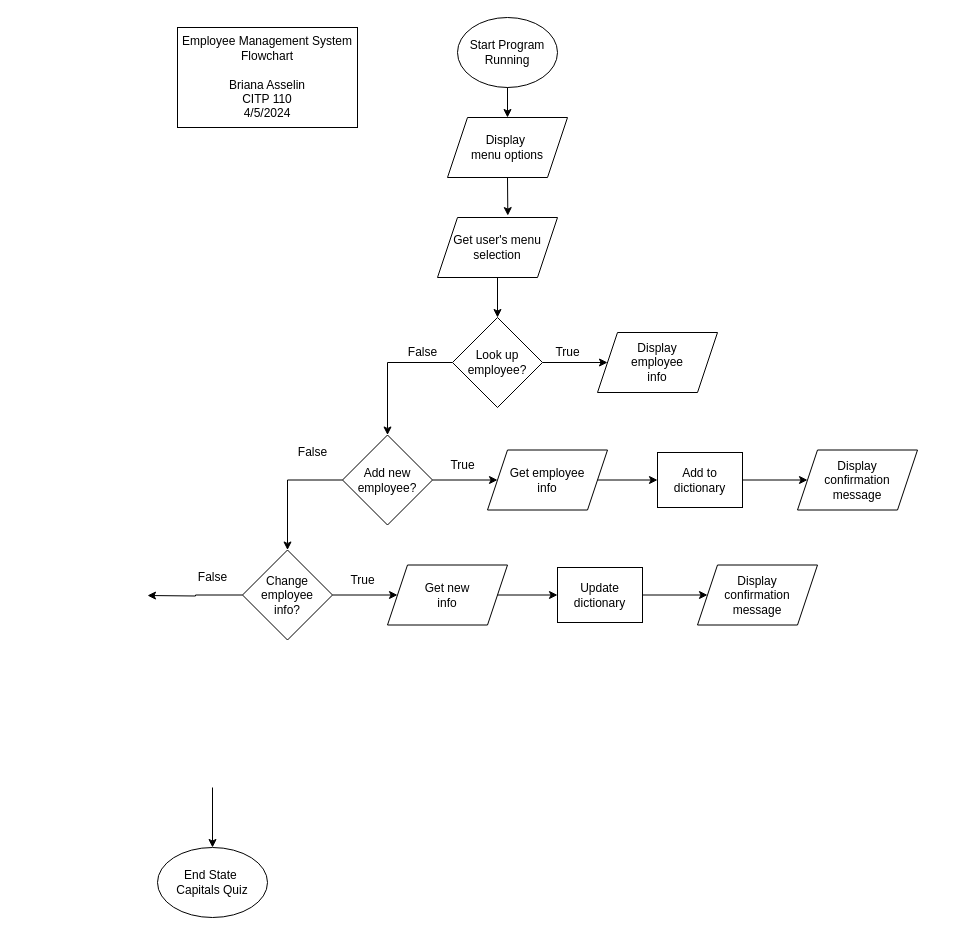
This is EmployeeMgmtSystemFlowchart.drawio from basselin2/IntroToPythonLCC, a draw.io file, before an edit. Source tidied: cells renumbered, new cells numbered last; positions are measured from the earlier drawing's top-left corner, leaving out a move shared by most shapes. Both pictures are drawn from the tidied source at 100%, with x=0, y=0 at pixel (147, 17).
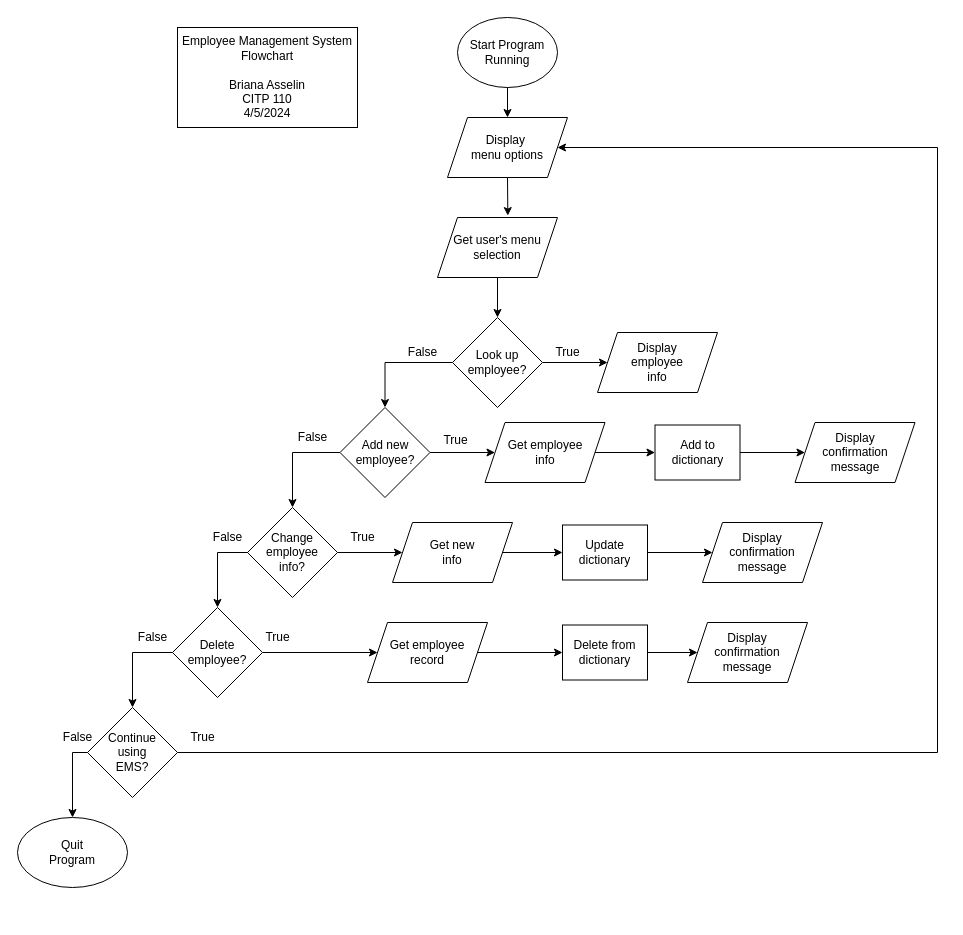
After the change.

The change refers to these unchanged cells:
```xml
<mxCell id="5" value="Display&amp;nbsp;&lt;div&gt;menu options&lt;/div&gt;" style="shape=parallelogram;perimeter=parallelogramPerimeter;whiteSpace=wrap;html=1;fixedSize=1;" parent="1" vertex="1">
  <mxGeometry x="300" y="100" width="120" height="60" as="geometry" />
</mxCell>
```

Diff of the diagram source:
```diff
@@
-    <mxCell id="4" value="End State&amp;nbsp;&lt;div&gt;Capitals Quiz&lt;/div&gt;" style="ellipse;whiteSpace=wrap;html=1;" parent="1" vertex="1">
-      <mxGeometry x="10" y="830" width="110" height="70" as="geometry" />
+    <mxCell id="4" value="Quit&lt;div&gt;Program&lt;/div&gt;" style="ellipse;whiteSpace=wrap;html=1;" parent="1" vertex="1">
+      <mxGeometry x="-130" y="800" width="110" height="70" as="geometry" />
     </mxCell>
@@
-    <mxCell id="14" style="endArrow=classic;html=1;rounded=0;exitX=0.5;exitY=1;exitDx=0;exitDy=0;entryX=0.5;entryY=0;entryDx=0;entryDy=0;" parent="1" edge="1" target="4">
-      <mxGeometry relative="1" as="geometry">
-        <mxPoint x="65" y="770" as="sourcePoint" />
-      </mxGeometry>
-    </mxCell>
@@
     <mxCell id="19" value="Add&amp;nbsp;&lt;span style=&quot;background-color: initial;&quot;&gt;new&lt;/span&gt;&lt;div&gt;employee?&lt;/div&gt;" style="rhombus;whiteSpace=wrap;html=1;" parent="1" vertex="1">
-      <mxGeometry x="195" y="417.5" width="90" height="90" as="geometry" />
+      <mxGeometry x="192.5" y="390" width="90" height="90" as="geometry" />
     </mxCell>
     <mxCell id="20" value="True" style="text;html=1;align=center;verticalAlign=middle;strokeColor=none;fillColor=none;" parent="1" vertex="1">
-      <mxGeometry x="290" y="432.5" width="50" height="30" as="geometry" />
+      <mxGeometry x="282.5" y="407.5" width="50" height="30" as="geometry" />
     </mxCell>
     <mxCell id="21" value="False" style="text;html=1;align=center;verticalAlign=middle;strokeColor=none;fillColor=none;" parent="1" vertex="1">
-      <mxGeometry x="140" y="420" width="50" height="30" as="geometry" />
+      <mxGeometry x="140" y="405" width="50" height="30" as="geometry" />
     </mxCell>
     <mxCell id="22" value="Display&lt;div&gt;confirmation&lt;/div&gt;&lt;div&gt;message&lt;/div&gt;" style="shape=parallelogram;perimeter=parallelogramPerimeter;whiteSpace=wrap;html=1;fixedSize=1;" parent="1" vertex="1">
-      <mxGeometry x="650" y="432.5" width="120" height="60" as="geometry" />
+      <mxGeometry x="647.5" y="405" width="120" height="60" as="geometry" />
     </mxCell>
     <mxCell id="23" value="Add to&lt;div&gt;dictionary&lt;/div&gt;" style="rounded=0;whiteSpace=wrap;html=1;" parent="1" vertex="1">
-      <mxGeometry x="510" y="435" width="85" height="55" as="geometry" />
+      <mxGeometry x="507.5" y="407.5" width="85" height="55" as="geometry" />
     </mxCell>
     <mxCell id="24" value="Get employee&lt;div&gt;info&lt;/div&gt;" style="shape=parallelogram;perimeter=parallelogramPerimeter;whiteSpace=wrap;html=1;fixedSize=1;" parent="1" vertex="1">
-      <mxGeometry x="340" y="432.5" width="120" height="60" as="geometry" />
+      <mxGeometry x="337.5" y="405" width="120" height="60" as="geometry" />
     </mxCell>
@@
-    <mxCell id="28" style="edgeStyle=orthogonalEdgeStyle;rounded=0;jettySize=auto;html=1;" parent="1" edge="1" source="29">
+    <mxCell id="28" style="edgeStyle=orthogonalEdgeStyle;rounded=0;jettySize=auto;html=1;entryX=0.5;entryY=0;entryDx=0;entryDy=0;exitX=1.094;exitY=1.082;exitDx=0;exitDy=0;exitPerimeter=0;" parent="1" edge="1" source="31" target="38">
       <mxGeometry relative="1" as="geometry">
-        <mxPoint y="578" as="targetPoint" />
+        <Array as="points">
+          <mxPoint x="105" y="535" />
+          <mxPoint x="70" y="535" />
+        </Array>
       </mxGeometry>
     </mxCell>
     <mxCell id="29" value="Change&lt;div&gt;employee&lt;/div&gt;&lt;div&gt;info?&lt;/div&gt;" style="rhombus;whiteSpace=wrap;html=1;" parent="1" vertex="1">
-      <mxGeometry x="95" y="532.5" width="90" height="90" as="geometry" />
+      <mxGeometry x="100" y="490" width="90" height="90" as="geometry" />
     </mxCell>
     <mxCell id="30" value="True" style="text;html=1;align=center;verticalAlign=middle;strokeColor=none;fillColor=none;" parent="1" vertex="1">
-      <mxGeometry x="190" y="547.5" width="50" height="30" as="geometry" />
+      <mxGeometry x="190" y="505" width="50" height="30" as="geometry" />
     </mxCell>
     <mxCell id="31" value="False" style="text;html=1;align=center;verticalAlign=middle;points=[];strokeColor=none;fillColor=none;" parent="1" vertex="1">
-      <mxGeometry x="40" y="545" width="50" height="30" as="geometry" />
+      <mxGeometry x="55" y="505" width="50" height="30" as="geometry" />
     </mxCell>
     <mxCell id="32" value="Display&lt;div&gt;confirmation&lt;/div&gt;&lt;div&gt;message&lt;/div&gt;" style="shape=parallelogram;perimeter=parallelogramPerimeter;whiteSpace=wrap;html=1;fixedSize=1;" parent="1" vertex="1">
-      <mxGeometry x="550" y="547.5" width="120" height="60" as="geometry" />
+      <mxGeometry x="555" y="505" width="120" height="60" as="geometry" />
     </mxCell>
     <mxCell id="33" value="&lt;div&gt;Update&lt;/div&gt;&lt;div&gt;dictionary&lt;/div&gt;" style="rounded=0;whiteSpace=wrap;html=1;" parent="1" vertex="1">
-      <mxGeometry x="410" y="550" width="85" height="55" as="geometry" />
+      <mxGeometry x="415" y="507.5" width="85" height="55" as="geometry" />
     </mxCell>
     <mxCell id="34" value="Get new&lt;div&gt;info&lt;/div&gt;" style="shape=parallelogram;perimeter=parallelogramPerimeter;whiteSpace=wrap;html=1;fixedSize=1;" parent="1" vertex="1">
-      <mxGeometry x="240" y="547.5" width="120" height="60" as="geometry" />
+      <mxGeometry x="245" y="505" width="120" height="60" as="geometry" />
     </mxCell>
@@
+    <mxCell id="37" style="edgeStyle=orthogonalEdgeStyle;rounded=0;jettySize=auto;html=1;entryX=0;entryY=0.5;entryDx=0;entryDy=0;" parent="1" edge="1" source="38" target="43">
+      <mxGeometry relative="1" as="geometry" />
+    </mxCell>
+    <mxCell id="38" value="Delete&lt;div&gt;employee?&lt;/div&gt;" style="rhombus;whiteSpace=wrap;html=1;" parent="1" vertex="1">
+      <mxGeometry x="25" y="590" width="90" height="90" as="geometry" />
+    </mxCell>
+    <mxCell id="39" value="True" style="text;html=1;align=center;verticalAlign=middle;strokeColor=none;fillColor=none;" parent="1" vertex="1">
+      <mxGeometry x="105" y="605" width="50" height="30" as="geometry" />
+    </mxCell>
+    <mxCell id="40" value="False" style="text;html=1;align=center;verticalAlign=middle;strokeColor=none;fillColor=none;" parent="1" vertex="1">
+      <mxGeometry x="-20" y="605" width="50" height="30" as="geometry" />
+    </mxCell>
+    <mxCell id="41" value="Display&lt;div&gt;confirmation&lt;/div&gt;&lt;div&gt;message&lt;/div&gt;" style="shape=parallelogram;perimeter=parallelogramPerimeter;whiteSpace=wrap;html=1;fixedSize=1;" parent="1" vertex="1">
+      <mxGeometry x="540" y="605" width="120" height="60" as="geometry" />
+    </mxCell>
+    <mxCell id="42" value="Delete from&lt;div&gt;dictionary&lt;/div&gt;" style="rounded=0;whiteSpace=wrap;html=1;" parent="1" vertex="1">
+      <mxGeometry x="415" y="607.5" width="85" height="55" as="geometry" />
+    </mxCell>
+    <mxCell id="43" value="Get employee&lt;div&gt;record&lt;/div&gt;" style="shape=parallelogram;perimeter=parallelogramPerimeter;whiteSpace=wrap;html=1;fixedSize=1;" parent="1" vertex="1">
+      <mxGeometry x="220" y="605" width="120" height="60" as="geometry" />
+    </mxCell>
+    <mxCell id="44" style="endArrow=classic;html=1;rounded=0;exitX=1;exitY=0.5;exitDx=0;exitDy=0;entryX=0;entryY=0.5;entryDx=0;entryDy=0;" parent="1" edge="1" source="43" target="42">
+      <mxGeometry relative="1" as="geometry" />
+    </mxCell>
+    <mxCell id="45" style="endArrow=classic;html=1;rounded=0;exitX=1;exitY=0.5;exitDx=0;exitDy=0;entryX=0;entryY=0.5;entryDx=0;entryDy=0;" parent="1" edge="1" source="42" target="41">
+      <mxGeometry relative="1" as="geometry" />
+    </mxCell>
+    <mxCell id="46" style="edgeStyle=orthogonalEdgeStyle;rounded=0;jettySize=auto;html=1;entryX=1;entryY=0.5;entryDx=0;entryDy=0;exitX=1;exitY=0.5;exitDx=0;exitDy=0;" parent="1" edge="1" source="47" target="5">
+      <mxGeometry relative="1" as="geometry">
+        <Array as="points">
+          <mxPoint x="790" y="735" />
+          <mxPoint x="790" y="130" />
+        </Array>
+      </mxGeometry>
+    </mxCell>
+    <mxCell id="47" value="Continue&lt;div&gt;using&lt;/div&gt;&lt;div&gt;EMS?&lt;/div&gt;" style="rhombus;whiteSpace=wrap;html=1;" parent="1" vertex="1">
+      <mxGeometry x="-60" y="690" width="90" height="90" as="geometry" />
+    </mxCell>
+    <mxCell id="48" value="True" style="text;html=1;align=center;verticalAlign=middle;strokeColor=none;fillColor=none;" parent="1" vertex="1">
+      <mxGeometry x="30" y="705" width="50" height="30" as="geometry" />
+    </mxCell>
+    <mxCell id="49" value="False" style="text;html=1;align=center;verticalAlign=middle;strokeColor=none;fillColor=none;" parent="1" vertex="1">
+      <mxGeometry x="-95" y="705" width="50" height="30" as="geometry" />
+    </mxCell>
+    <mxCell id="50" style="edgeStyle=orthogonalEdgeStyle;rounded=0;jettySize=auto;html=1;entryX=0.5;entryY=0;entryDx=0;entryDy=0;exitX=0;exitY=0.5;exitDx=0;exitDy=0;" parent="1" edge="1" source="38" target="47">
+      <mxGeometry relative="1" as="geometry">
+        <Array as="points">
+          <mxPoint x="-15" y="635" />
+        </Array>
+      </mxGeometry>
+    </mxCell>
+    <mxCell id="51" style="edgeStyle=orthogonalEdgeStyle;rounded=0;jettySize=auto;html=1;entryX=0.5;entryY=0;entryDx=0;entryDy=0;exitX=0;exitY=0.5;exitDx=0;exitDy=0;" parent="1" edge="1" source="47" target="4">
+      <mxGeometry relative="1" as="geometry">
+        <Array as="points">
+          <mxPoint x="-75" y="735" />
+        </Array>
+      </mxGeometry>
+    </mxCell>
```
